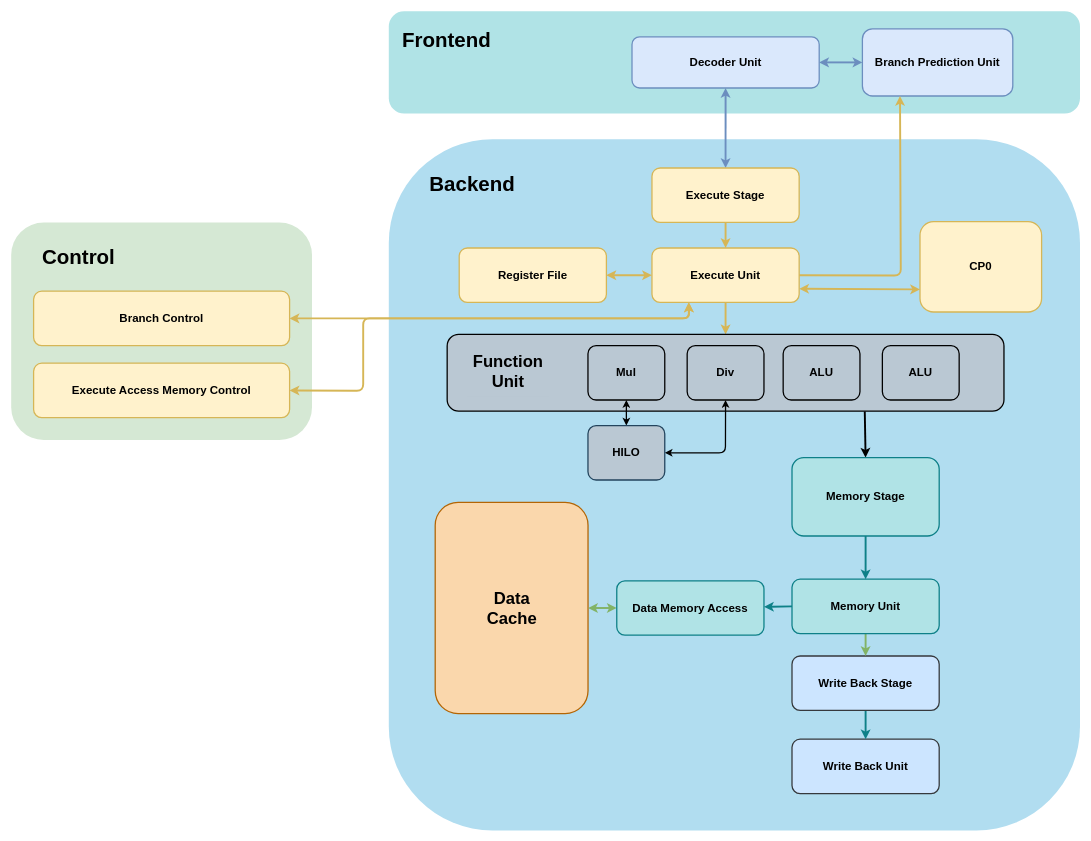
Earlier version of the draw.io diagram page "Backend" (4 of 13) of doc/数字电路实验/pua-riscv.drawio (Ciliphen/PUA-RISCV). Source tidied: cells renumbered, new cells numbered last; positions are measured from the earlier drawing's top-left corner, leaving out a move shared by most shapes. Both pictures are drawn from the tidied source at 64%, with x=0, y=0 at pixel (11, 11).
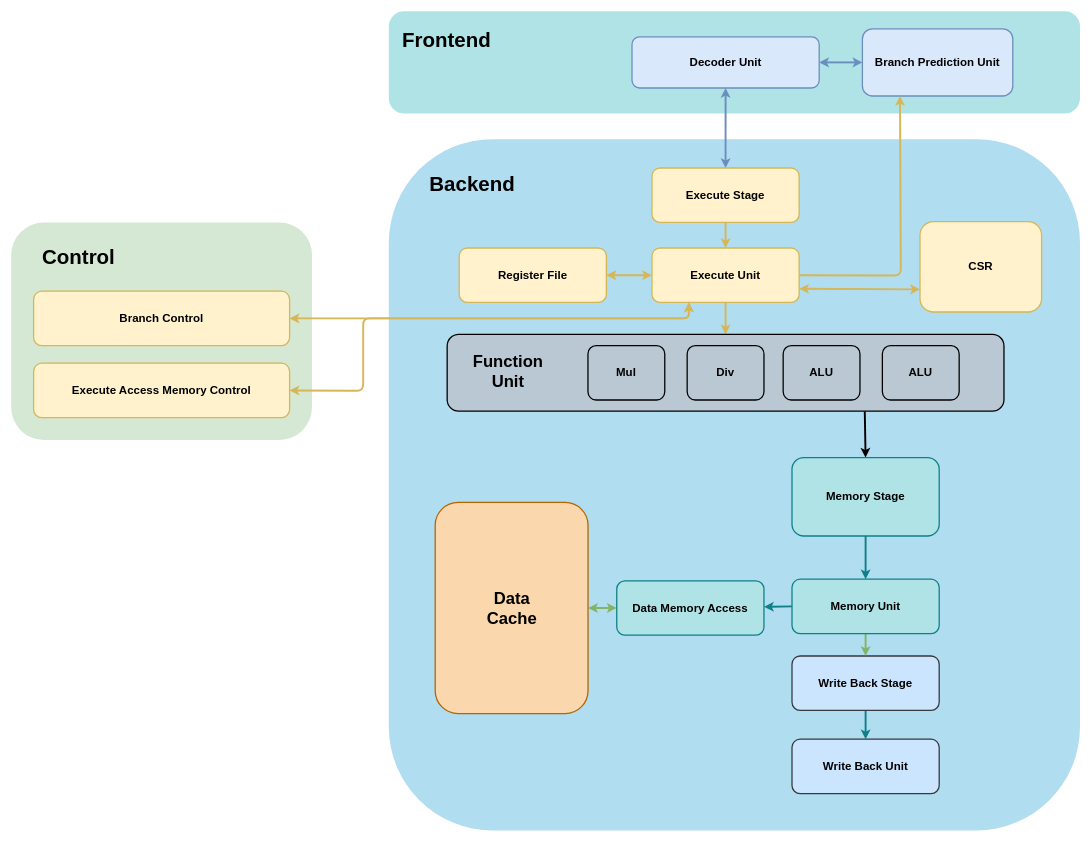
The same page after the edit.

The change refers to these unchanged cells:
```xml
<mxCell id="22" value="&lt;span style=&quot;font-size: 18px&quot;&gt;Mul&lt;/span&gt;" style="rounded=1;whiteSpace=wrap;html=1;fontSize=12;fillColor=#bac8d3;strokeColor=default;strokeWidth=2;fontStyle=1;" parent="1" vertex="1">
  <mxGeometry x="901.2" y="522.5" width="120" height="85" as="geometry" />
</mxCell>
<mxCell id="25" value="&lt;span style=&quot;font-size: 18px&quot;&gt;Div&lt;/span&gt;" style="rounded=1;whiteSpace=wrap;html=1;fontSize=12;fillColor=#bac8d3;strokeColor=default;strokeWidth=2;fontStyle=1;" parent="1" vertex="1">
  <mxGeometry x="1056.2" y="522.5" width="120" height="85" as="geometry" />
</mxCell>
```

What changed in the source:
```diff
@@
-    <mxCell id="21" style="edgeStyle=none;html=1;fontSize=26;startArrow=classic;startFill=1;endArrow=classic;endFill=1;fillColor=#bac8d3;strokeColor=default;strokeWidth=2;" parent="1" edge="1" source="22" target="28">
-      <mxGeometry relative="1" as="geometry" />
-    </mxCell>
@@
-    <mxCell id="24" style="edgeStyle=none;html=1;fontSize=26;startArrow=classic;startFill=1;endArrow=classic;endFill=1;entryX=1;entryY=0.5;entryDx=0;entryDy=0;exitX=0.5;exitY=1;exitDx=0;exitDy=0;fillColor=#bac8d3;strokeColor=default;strokeWidth=2;" parent="1" edge="1" source="25" target="28">
-      <mxGeometry relative="1" as="geometry">
-        <Array as="points">
-          <mxPoint x="1116" y="690" />
-        </Array>
-      </mxGeometry>
-    </mxCell>
@@
-    <mxCell id="28" value="&lt;span style=&quot;font-size: 18px&quot;&gt;HILO&lt;/span&gt;" style="rounded=1;whiteSpace=wrap;html=1;fontSize=12;fillColor=#bac8d3;strokeColor=#23445d;strokeWidth=2;fontStyle=1;" parent="1" vertex="1">
-      <mxGeometry x="901.2" y="647.5" width="120" height="85" as="geometry" />
-    </mxCell>
-    <mxCell id="29" value="&lt;span style=&quot;font-size: 18px;&quot;&gt;CP0&lt;/span&gt;" style="rounded=1;whiteSpace=wrap;html=1;fontSize=12;fillColor=#fff2cc;strokeColor=#d6b656;strokeWidth=2;fontStyle=1;" parent="1" vertex="1">
+    <mxCell id="29" value="&lt;span style=&quot;font-size: 18px;&quot;&gt;CSR&lt;/span&gt;" style="rounded=1;whiteSpace=wrap;html=1;fontSize=12;fillColor=#fff2cc;strokeColor=#d6b656;strokeWidth=2;fontStyle=1;" parent="1" vertex="1">
       <mxGeometry x="1420" y="328.8" width="190" height="141.2" as="geometry" />
     </mxCell>
```
